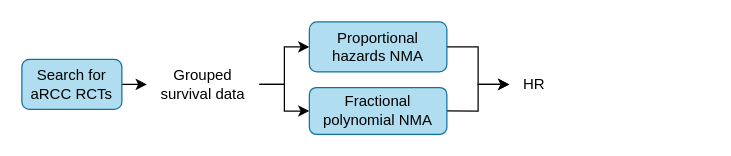
nice-digital/NICE-model-repo keeps this draw.io diagram as docs/images/detailed_stage1.drawio. Above is the earlier version. Source tidied: cells renumbered, new cells numbered last; positions are measured from the earlier drawing's top-left corner, leaving out a move shared by most shapes. Both pictures are drawn from the tidied source at 125%, with x=0, y=0 at pixel (21, 21).
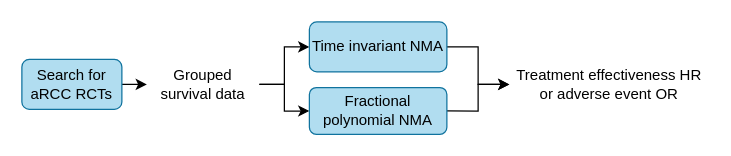
The same diagram, later.

Change to the diagram source:
```diff
@@
 <mxGraphModel>
   <root>
     <mxCell id="0" />
     <mxCell id="1" parent="0" />
     <mxCell id="2" style="edgeStyle=orthogonalEdgeStyle;rounded=0;jettySize=auto;html=1;exitX=1;exitY=0.5;exitDx=0;exitDy=0;entryX=0;entryY=0.5;entryDx=0;entryDy=0;" parent="1" edge="1" source="3" target="6">
       <mxGeometry relative="1" as="geometry" />
     </mxCell>
     <mxCell id="3" value="Search for aRCC RCTs" style="rounded=1;whiteSpace=wrap;html=1;fillColor=#b1ddf0;strokeColor=#10739e;" parent="1" vertex="1">
       <mxGeometry y="30" width="80" height="40" as="geometry" />
     </mxCell>
     <mxCell id="4" style="edgeStyle=orthogonalEdgeStyle;rounded=0;jettySize=auto;html=1;exitX=1;exitY=0.5;exitDx=0;exitDy=0;entryX=0;entryY=0.5;entryDx=0;entryDy=0;" parent="1" edge="1" source="6" target="8">
       <mxGeometry relative="1" as="geometry" />
     </mxCell>
     <mxCell id="5" style="edgeStyle=orthogonalEdgeStyle;rounded=0;jettySize=auto;html=1;exitX=1;exitY=0.5;exitDx=0;exitDy=0;" parent="1" edge="1" source="6" target="10">
       <mxGeometry relative="1" as="geometry" />
     </mxCell>
     <mxCell id="6" value="Grouped survival data" style="rounded=1;whiteSpace=wrap;html=1;fillColor=none;strokeColor=none;" parent="1" vertex="1">
       <mxGeometry x="100" y="30" width="90" height="40" as="geometry" />
     </mxCell>
     <mxCell id="7" style="edgeStyle=orthogonalEdgeStyle;rounded=0;jettySize=auto;html=1;exitX=1;exitY=0.5;exitDx=0;exitDy=0;entryX=0;entryY=0.5;entryDx=0;entryDy=0;" parent="1" edge="1" source="8" target="11">
       <mxGeometry relative="1" as="geometry" />
     </mxCell>
-    <mxCell id="8" value="Proportional hazards NMA" style="rounded=1;whiteSpace=wrap;html=1;fillColor=#b1ddf0;strokeColor=#10739e;" parent="1" vertex="1">
+    <mxCell id="8" value="Time invariant NMA" style="rounded=1;whiteSpace=wrap;html=1;fillColor=#b1ddf0;strokeColor=#10739e;" parent="1" vertex="1">
       <mxGeometry x="230" width="110" height="40" as="geometry" />
     </mxCell>
     <mxCell id="9" style="edgeStyle=orthogonalEdgeStyle;rounded=0;jettySize=auto;html=1;exitX=1;exitY=0.5;exitDx=0;exitDy=0;entryX=0;entryY=0.5;entryDx=0;entryDy=0;" parent="1" edge="1" source="10" target="11">
       <mxGeometry relative="1" as="geometry" />
     </mxCell>
     <mxCell id="10" value="Fractional polynomial NMA" style="rounded=1;whiteSpace=wrap;html=1;fillColor=#b1ddf0;strokeColor=#10739e;" parent="1" vertex="1">
       <mxGeometry x="230" y="52.5" width="110" height="37.5" as="geometry" />
     </mxCell>
-    <mxCell id="11" value="HR" style="rounded=1;whiteSpace=wrap;html=1;fillColor=none;strokeColor=none;" parent="1" vertex="1">
-      <mxGeometry x="390" y="37.5" width="40" height="25" as="geometry" />
+    <mxCell id="11" value="Treatment effectiveness HR&lt;div&gt;or adverse event OR&lt;/div&gt;" style="rounded=1;whiteSpace=wrap;html=1;fillColor=none;strokeColor=none;" parent="1" vertex="1">
+      <mxGeometry x="390" y="37.5" width="160" height="25" as="geometry" />
     </mxCell>
   </root>
 </mxGraphModel>
```
